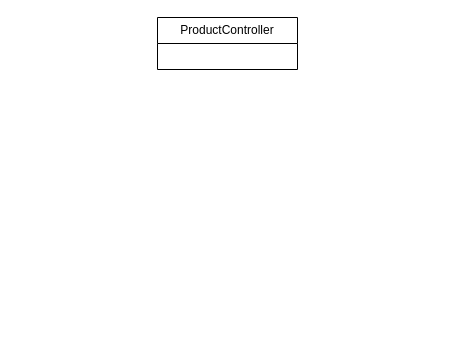
This is document/SDS/1.Function_Search_And_Filter_Product/Class_Diagram/Search_And_Filter_Product_Class_Diagram.drawio from QuocZuong/perfume-store, a draw.io file, before an edit. Source tidied: cells renumbered, new cells numbered last; positions are measured from the earlier drawing's top-left corner, leaving out a move shared by most shapes. Both pictures are drawn from the tidied source at 100%, with x=0, y=0 at pixel (157, 17).
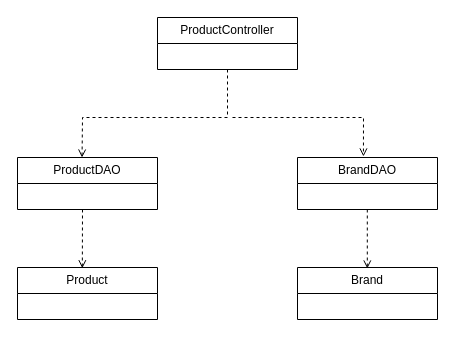
The same page after the edit.

Diff of the diagram source:
```diff
@@
 <mxGraphModel>
   <root>
     <mxCell id="0" />
     <mxCell id="1" parent="0" />
     <mxCell id="2" value="ProductController" style="swimlane;fontStyle=0;horizontal=1;startSize=26;fillColor=none;whiteSpace=wrap;html=1;" parent="1" vertex="1">
       <mxGeometry width="140" height="52" as="geometry" />
     </mxCell>
+    <mxCell id="3" value="ProductDAO" style="swimlane;fontStyle=0;horizontal=1;startSize=26;fillColor=none;whiteSpace=wrap;html=1;" parent="1" vertex="1">
+      <mxGeometry x="-140" y="140" width="140" height="52" as="geometry" />
+    </mxCell>
+    <mxCell id="4" value="BrandDAO" style="swimlane;fontStyle=0;horizontal=1;startSize=26;fillColor=none;whiteSpace=wrap;html=1;" parent="1" vertex="1">
+      <mxGeometry x="140" y="140" width="140" height="52" as="geometry" />
+    </mxCell>
+    <mxCell id="5" value="Product" style="swimlane;fontStyle=0;horizontal=1;startSize=26;fillColor=none;whiteSpace=wrap;html=1;" parent="1" vertex="1">
+      <mxGeometry x="-140" y="250" width="140" height="52" as="geometry" />
+    </mxCell>
+    <mxCell id="6" value="Brand" style="swimlane;fontStyle=0;horizontal=1;startSize=26;fillColor=none;whiteSpace=wrap;html=1;" parent="1" vertex="1">
+      <mxGeometry x="140" y="250" width="140" height="52" as="geometry" />
+    </mxCell>
+    <mxCell id="7" style="endArrow=open;html=1;rounded=0;entryX=0.461;entryY=0.001;entryDx=0;entryDy=0;entryPerimeter=0;exitX=0.5;exitY=1;exitDx=0;exitDy=0;dashed=1;endFill=0;" parent="1" edge="1" source="2" target="3">
+      <mxGeometry relative="1" as="geometry">
+        <Array as="points">
+          <mxPoint x="70" y="100" />
+          <mxPoint x="-75" y="100" />
+        </Array>
+      </mxGeometry>
+    </mxCell>
+    <mxCell id="8" style="endArrow=open;html=1;rounded=0;entryX=0.471;entryY=-0.02;entryDx=0;entryDy=0;entryPerimeter=0;dashed=1;endFill=0;" parent="1" edge="1" target="4">
+      <mxGeometry relative="1" as="geometry">
+        <mxPoint x="75" y="100" as="sourcePoint" />
+        <Array as="points">
+          <mxPoint x="206" y="100" />
+        </Array>
+      </mxGeometry>
+    </mxCell>
+    <mxCell id="9" style="endArrow=open;html=1;rounded=0;entryX=0.463;entryY=0.014;entryDx=0;entryDy=0;entryPerimeter=0;dashed=1;endFill=0;" parent="1" edge="1" target="5">
+      <mxGeometry relative="1" as="geometry">
+        <mxPoint x="-75" y="192" as="sourcePoint" />
+      </mxGeometry>
+    </mxCell>
+    <mxCell id="10" style="endArrow=open;html=1;rounded=0;entryX=0.463;entryY=0.014;entryDx=0;entryDy=0;entryPerimeter=0;dashed=1;endFill=0;" parent="1" edge="1">
+      <mxGeometry relative="1" as="geometry">
+        <mxPoint x="209.8" y="192" as="sourcePoint" />
+        <mxPoint x="209.8" y="251" as="targetPoint" />
+      </mxGeometry>
+    </mxCell>
   </root>
 </mxGraphModel>
```
